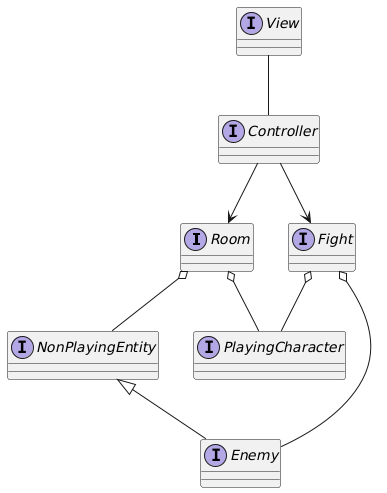
The PlantUML diagram relazione/img/entryPoints.png in KimboCoffee/OOP23-relario-prove, before a commit. Its diagram source:
```plantuml
@startuml
interface Room {

}

interface Fight {

}

interface PlayingCharacter {

}

interface NonPlayingEntity {

}

interface Enemy extends NonPlayingEntity {

}

Room o-- NonPlayingEntity
Room o-- PlayingCharacter
Fight o-- PlayingCharacter
Fight o-- Enemy

interface View {

}

interface Controller {

}

View -- Controller
Controller --> Room
Controller --> Fight
@enduml
```
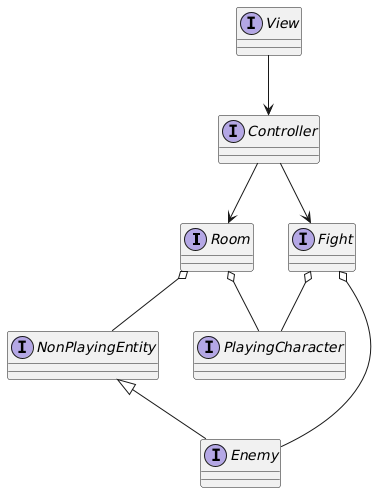
Later version of the same file.

Commit message:
Modified UML scheme for MVC entry points

The edit, as a diff of the source:
```diff
@@ -32,7 +32,7 @@
 
 }
 
-View -- Controller
+View --> Controller
 Controller --> Room
 Controller --> Fight
 @enduml
```
